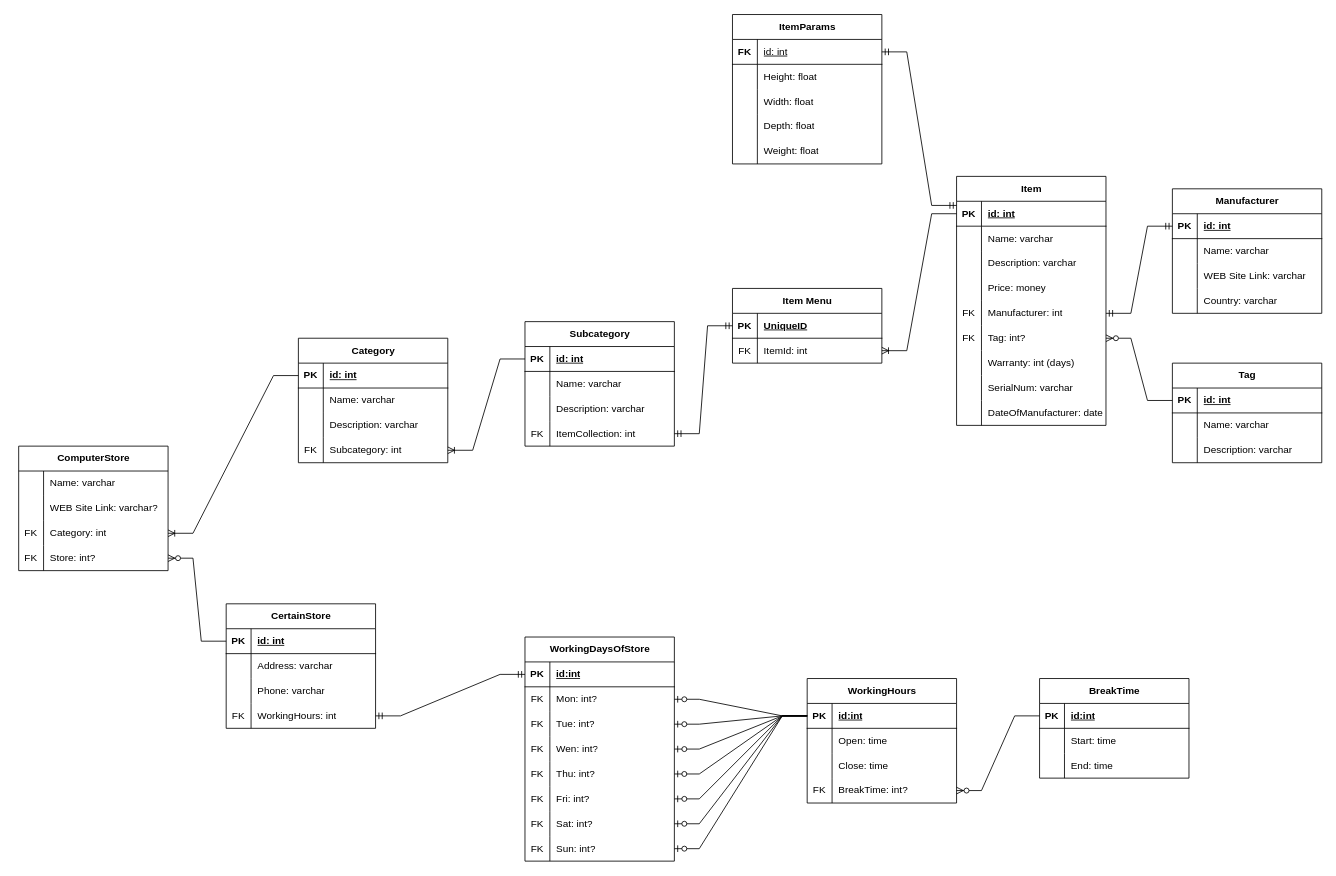
Ostappp/SSWU_IlenkivOstap_NET_CAMP keeps this draw.io diagram as DB/Task1/DB.drawio. Above is the earlier version. Source tidied: cells renumbered, new cells numbered last; positions are measured from the earlier drawing's top-left corner, leaving out a move shared by most shapes. Both pictures are drawn from the tidied source at 83%, with x=0, y=0 at pixel (18, 14).
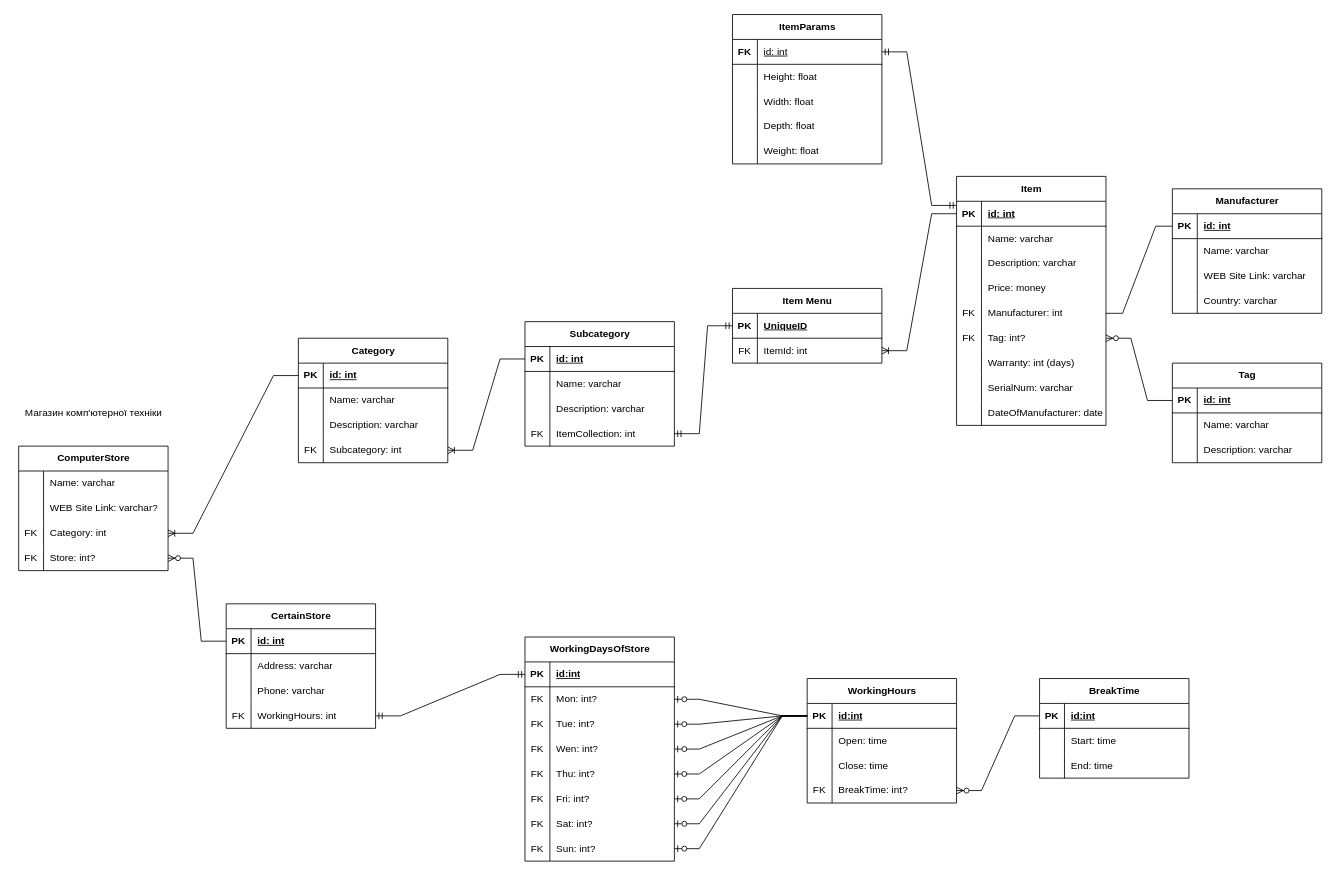
The same diagram, later.

Commit message:
Changed Connection in tables

Unchanged cells that the change refers to:
```xml
<mxCell id="13" style="shape=tableRow;horizontal=0;startSize=0;swimlaneHead=0;swimlaneBody=0;fillColor=none;points=[[0,0.5],[1,0.5]];portConstraint=eastwest;top=0;left=0;right=0;bottom=1;" parent="12" vertex="1">
  <mxGeometry y="30" width="180" height="30" as="geometry" />
</mxCell>
<mxCell id="38" style="shape=tableRow;horizontal=0;startSize=0;swimlaneHead=0;swimlaneBody=0;fillColor=none;points=[[0,0.5],[1,0.5]];portConstraint=eastwest;top=0;left=0;right=0;bottom=0;" parent="25" vertex="1">
  <mxGeometry y="150" width="180" height="30" as="geometry" />
</mxCell>
```

What changed in the source:
```diff
@@
-    <mxCell id="178" style="edgeStyle=entityRelationEdgeStyle;fontSize=12;html=1;endArrow=ERmandOne;startArrow=ERmandOne;rounded=0;exitX=0;exitY=0.5;exitDx=0;exitDy=0;entryX=1;entryY=0.5;entryDx=0;entryDy=0;" parent="1" edge="1" source="13" target="38">
-      <mxGeometry relative="1" as="geometry" />
-    </mxCell>
@@
+    <mxCell id="193" value="Магазин комп'ютерної техніки" style="text;html=1;align=center;verticalAlign=middle;strokeColor=none;fillColor=none;" parent="1" vertex="1">
+      <mxGeometry x="-5" y="465" width="190" height="30" as="geometry" />
+    </mxCell>
+    <mxCell id="194" style="endArrow=none;html=1;rounded=0;exitX=1;exitY=0.5;exitDx=0;exitDy=0;entryX=0;entryY=0.5;entryDx=0;entryDy=0;" parent="1" edge="1" source="38" target="13">
+      <mxGeometry relative="1" as="geometry">
+        <Array as="points">
+          <mxPoint x="1330" y="360" />
+          <mxPoint x="1370" y="255" />
+        </Array>
+      </mxGeometry>
+    </mxCell>
```
